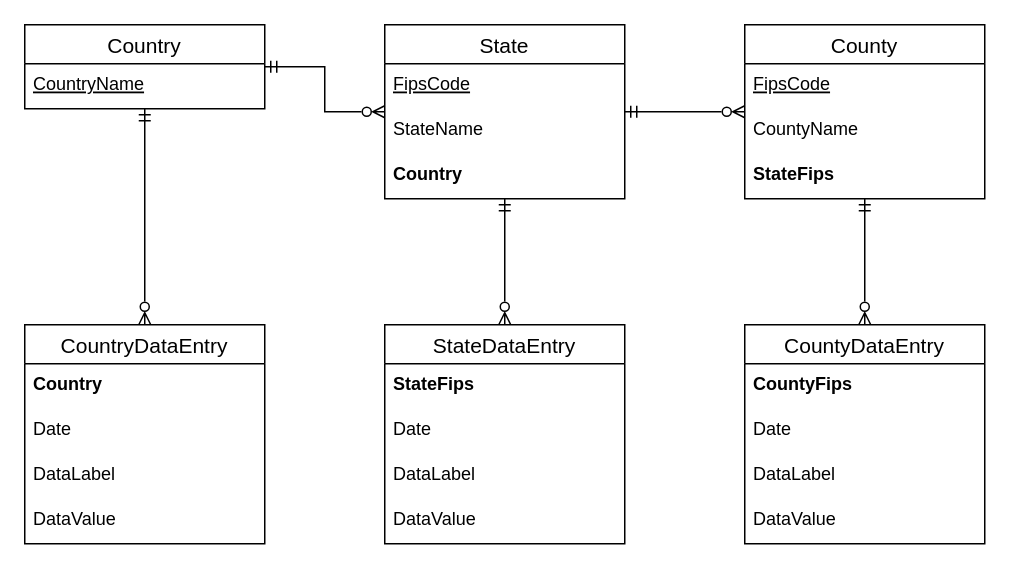
This is diagrams/ER-Diagram.drawio from khal08/447T6Project, a draw.io file, before an edit. Source tidied: cells renumbered, new cells numbered last; positions are measured from the earlier drawing's top-left corner, leaving out a move shared by most shapes. Both pictures are drawn from the tidied source at 150%, with x=0, y=0 at pixel (24, 24).
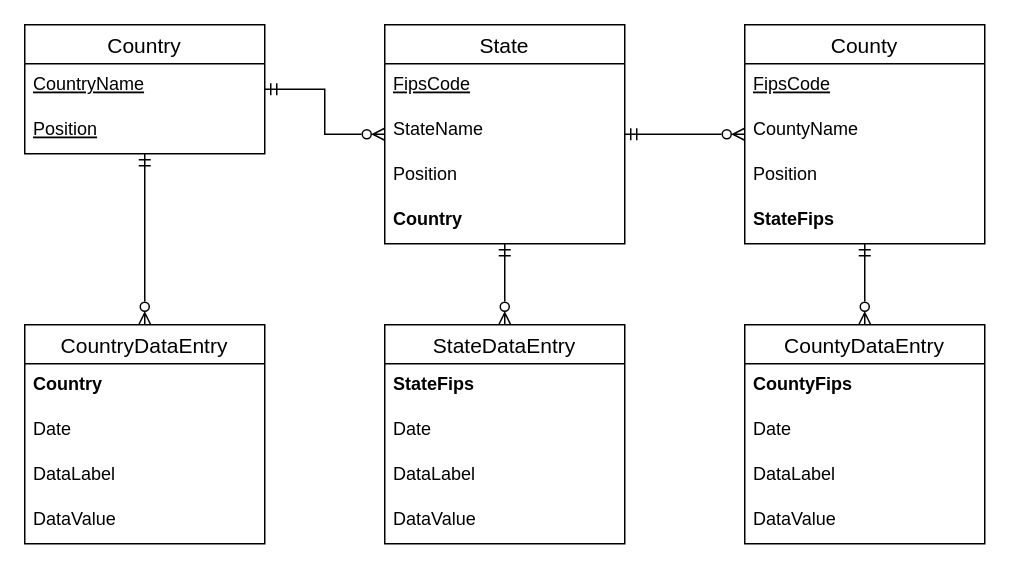
Above is the later version.

Diff of the diagram source:
```diff
@@
     <mxCell id="4" value="Country" style="swimlane;fontStyle=0;horizontal=1;startSize=26;align=center;fontSize=14;" parent="1" vertex="1">
-      <mxGeometry width="160" height="56" as="geometry" />
+      <mxGeometry width="160" height="86" as="geometry" />
     </mxCell>
@@
+    <mxCell id="32" value="Position" style="text;strokeColor=none;fillColor=none;spacingLeft=4;spacingRight=4;overflow=hidden;fontSize=12;fontStyle=4;" parent="4" vertex="1">
+      <mxGeometry y="56" width="160" height="30" as="geometry" />
+    </mxCell>
@@
     <mxCell id="8" value="State" style="swimlane;fontStyle=0;horizontal=1;startSize=26;align=center;fontSize=14;" parent="1" vertex="1">
-      <mxGeometry x="240" width="160" height="116" as="geometry" />
+      <mxGeometry x="240" width="160" height="146" as="geometry" />
     </mxCell>
@@
+    <mxCell id="33" value="Position" style="text;strokeColor=none;fillColor=none;spacingLeft=4;spacingRight=4;overflow=hidden;fontSize=12;fontStyle=0;" parent="8" vertex="1">
+      <mxGeometry y="86" width="160" height="30" as="geometry" />
+    </mxCell>
     <mxCell id="11" value="Country" style="text;strokeColor=none;fillColor=none;spacingLeft=4;spacingRight=4;overflow=hidden;fontSize=12;fontStyle=1;" parent="8" vertex="1">
-      <mxGeometry y="86" width="160" height="30" as="geometry" />
+      <mxGeometry y="116" width="160" height="30" as="geometry" />
     </mxCell>
@@
     <mxCell id="13" value="County" style="swimlane;fontStyle=0;horizontal=1;startSize=26;align=center;fontSize=14;" parent="1" vertex="1">
-      <mxGeometry x="480" width="160" height="116" as="geometry" />
+      <mxGeometry x="480" width="160" height="146" as="geometry" />
     </mxCell>
@@
+    <mxCell id="34" value="Position" style="text;strokeColor=none;fillColor=none;spacingLeft=4;spacingRight=4;overflow=hidden;fontSize=12;fontStyle=0;" parent="13" vertex="1">
+      <mxGeometry y="86" width="160" height="30" as="geometry" />
+    </mxCell>
     <mxCell id="16" value="StateFips" style="text;strokeColor=none;fillColor=none;spacingLeft=4;spacingRight=4;overflow=hidden;fontSize=12;fontStyle=1;" parent="13" vertex="1">
-      <mxGeometry y="86" width="160" height="30" as="geometry" />
+      <mxGeometry y="116" width="160" height="30" as="geometry" />
     </mxCell>
```
